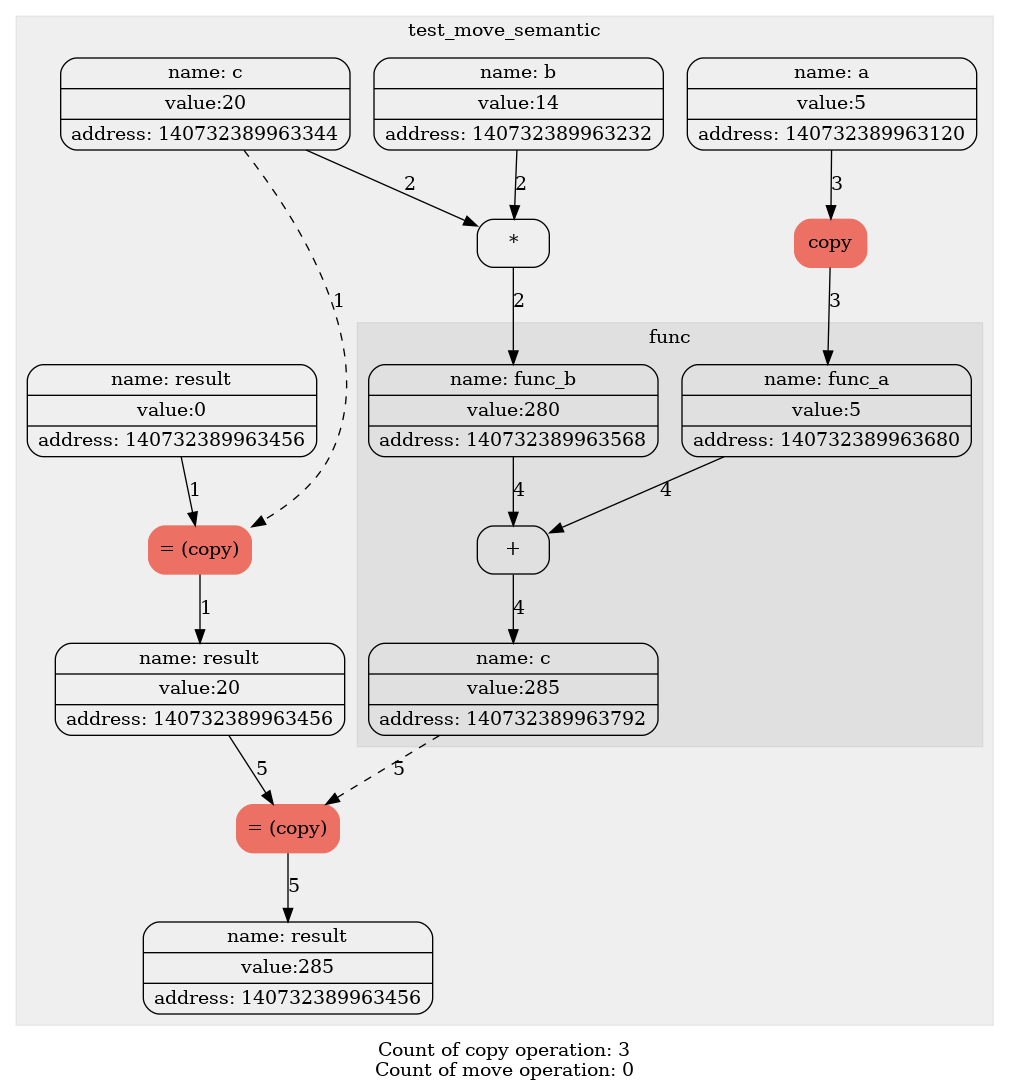
This is diagrams/graph_no_flag.png from levasemin/Move_Semantic, a Graphviz export, as it was before one commit. Its source is kept beside it as diagrams/graph_no_flag.dot.
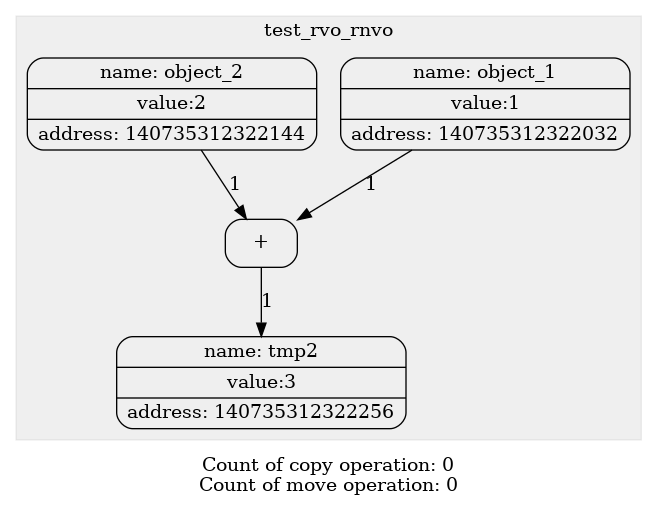
After the commit.

The edit, as a diff of the source:
```diff
@@ -3,49 +3,18 @@
 node[shape=Mrecord];
 
 subgraph "cluster_0" {
-label = test_move_semantic;
+label = test_rvo_rnvo;
 style= filled
 color = "#00000010";
-1[label="{ {name: tmp0} | {value:5} | {address: 140732389963120}} " color=""style=""];
-1[label="{ {name: a} | {value:5} | {address: 140732389963120}} " color=""style=""];
-2[label="{ {name: tmp1} | {value:14} | {address: 140732389963232}} " color=""style=""];
-2[label="{ {name: b} | {value:14} | {address: 140732389963232}} " color=""style=""];
-3[label="{ {name: tmp2} | {value:20} | {address: 140732389963344}} " color=""style=""];
-3[label="{ {name: c} | {value:20} | {address: 140732389963344}} " color=""style=""];
-4[label="{ {name: tmp3} | {value:0} | {address: 140732389963456}} " color=""style=""];
-4[label="{ {name: result} | {value:0} | {address: 140732389963456}} " color=""style=""];
-5[label="= (copy)" color = "#EC7063" style = "filled"];
-edge[style = "" color = ""label = "1"]4->5;
-edge[style = "dashed" color = ""label = "1"]3->5;
-6[label="{ {name: result} | {value:20} | {address: 140732389963456}} " color=""style=""];
-edge[style = "" color = ""label = "1"]5->6;
-7[label="*" color = "" style = ""];
-edge[style = "" color = ""label = "2"]2->7;
-edge[style = "" color = ""label = "2"]3->7;
-8[label="{ {name: tmp4} | {value:280} | {address: 140732389963568}} " color=""style=""];
-edge[style = "" color = ""label = "2"]7->8;
-9[label="copy" color = "#EC7063" style = "filled"];
-edge[style = "" color = ""label = "3"]1->9;
-10[label="{ {name: tmp5} | {value:5} | {address: 140732389963680}} " color=""style=""];
-edge[style = "" color = ""label = "3"]9->10;
-10[label="{ {name: func_a} | {value:5} | {address: 140732389963680}} " color=""style=""];
-8[label="{ {name: func_b} | {value:280} | {address: 140732389963568}} " color=""style=""];
-subgraph "cluster_1" {
-label = func;
-style= filled
-color = "#00000010";
-11[label="+" color = "" style = ""];
-edge[style = "" color = ""label = "4"]10->11;
-edge[style = "" color = ""label = "4"]8->11;
-12[label="{ {name: tmp6} | {value:285} | {address: 140732389963792}} " color=""style=""];
-edge[style = "" color = ""label = "4"]11->12;
-12[label="{ {name: c} | {value:285} | {address: 140732389963792}} " color=""style=""];
+1[label="{ {name: tmp0} | {value:1} | {address: 140735312322032}} " color=""style=""];
+1[label="{ {name: object_1} | {value:1} | {address: 140735312322032}} " color=""style=""];
+2[label="{ {name: tmp1} | {value:2} | {address: 140735312322144}} " color=""style=""];
+2[label="{ {name: object_2} | {value:2} | {address: 140735312322144}} " color=""style=""];
+3[label="+" color = "" style = ""];
+edge[style = "" color = ""label = "1"]1->3;
+edge[style = "" color = ""label = "1"]2->3;
+4[label="{ {name: tmp2} | {value:3} | {address: 140735312322256}} " color=""style=""];
+edge[style = "" color = ""label = "1"]3->4;
 }
-13[label="= (copy)" color = "#EC7063" style = "filled"];
-edge[style = "" color = ""label = "5"]6->13;
-edge[style = "dashed" color = ""label = "5"]12->13;
-14[label="{ {name: result} | {value:285} | {address: 140732389963456}} " color=""style=""];
-edge[style = "" color = ""label = "5"]13->14;
-}
-label="Count of copy operation: 3
+label="Count of copy operation: 0
 Count of move operation: 0"}
```
